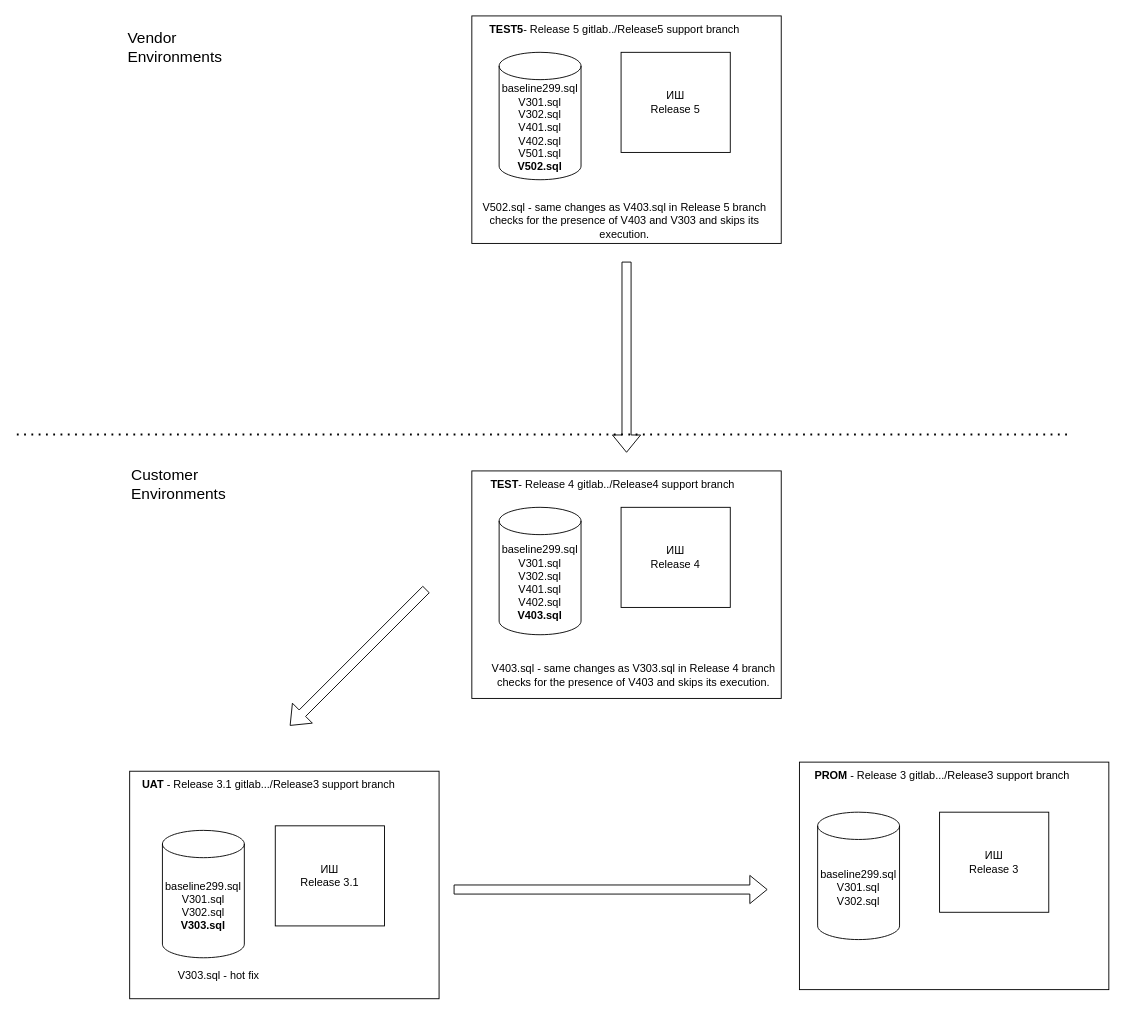
This is page "Page-1" (1 of 2) of doc/db_migrations_v3.2.drawio from andreylartsev/dbmigrations, a draw.io file, before an edit. Source tidied: cells renumbered, new cells numbered last; positions are measured from the earlier drawing's top-left corner, leaving out a move shared by most shapes. Both pictures are drawn from the tidied source at 91%, with x=0, y=0 at pixel (16, 15).
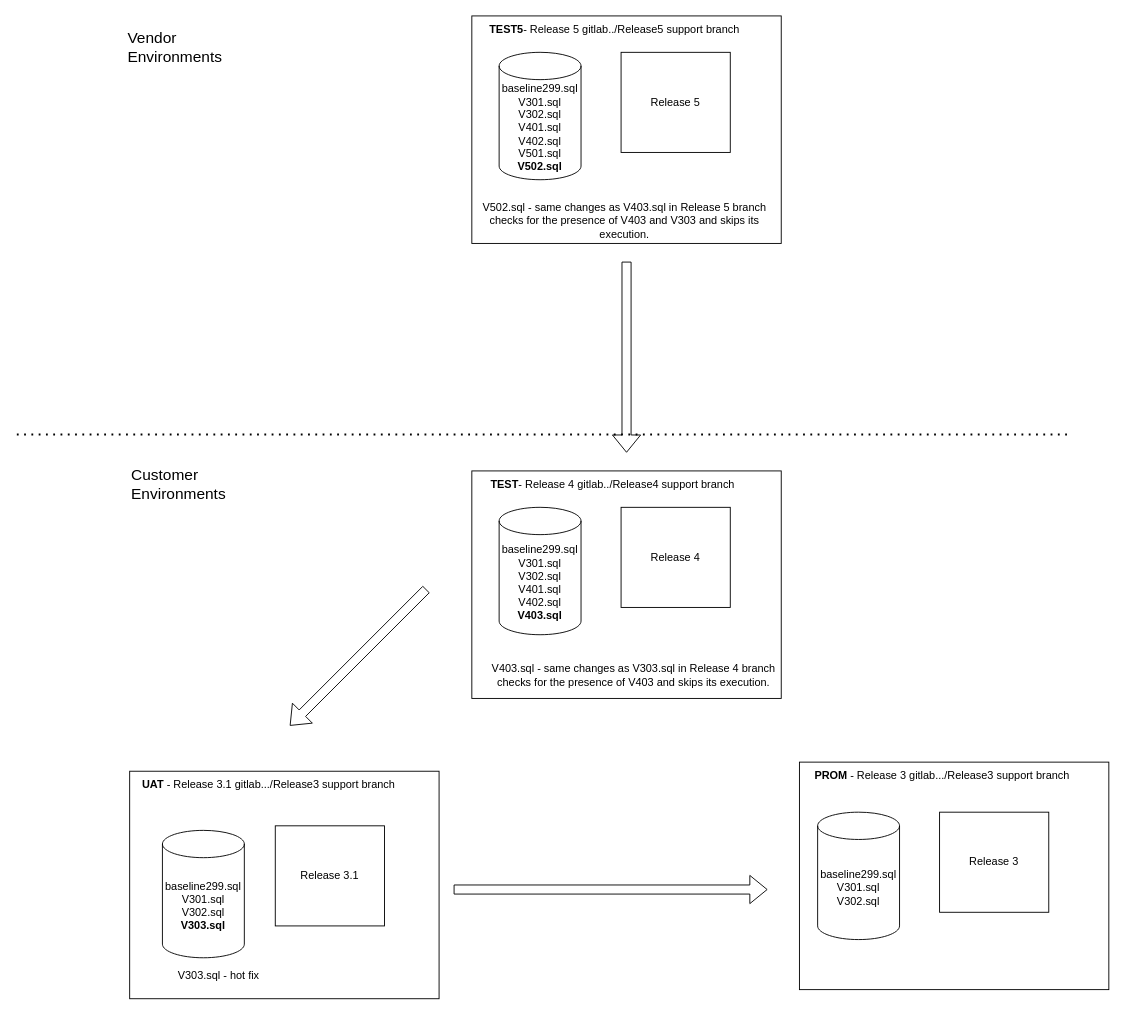
The same diagram, later.

The edit, as a diff of the source:
```diff
@@
-    <mxCell id="6" value="ИШ&lt;br&gt;Release 3" style="rounded=0;whiteSpace=wrap;html=1;" parent="1" vertex="1">
+    <mxCell id="6" value="Release 3" style="rounded=0;whiteSpace=wrap;html=1;" parent="1" vertex="1">
       <mxGeometry x="1014" y="875" width="120" height="110" as="geometry" />
     </mxCell>
@@
-    <mxCell id="9" value="ИШ &lt;br&gt;Release 4" style="rounded=0;whiteSpace=wrap;html=1;" parent="1" vertex="1">
+    <mxCell id="9" value="Release 4" style="rounded=0;whiteSpace=wrap;html=1;" parent="1" vertex="1">
       <mxGeometry x="664" y="540" width="120" height="110" as="geometry" />
     </mxCell>
@@
-    <mxCell id="12" value="ИШ &lt;br&gt;Release 5" style="rounded=0;whiteSpace=wrap;html=1;" parent="1" vertex="1">
+    <mxCell id="12" value="Release 5" style="rounded=0;whiteSpace=wrap;html=1;" parent="1" vertex="1">
       <mxGeometry x="664" y="40" width="120" height="110" as="geometry" />
     </mxCell>
@@
-    <mxCell id="17" value="ИШ &lt;br&gt;Release 3.1" style="rounded=0;whiteSpace=wrap;html=1;" parent="1" vertex="1">
+    <mxCell id="17" value="Release 3.1" style="rounded=0;whiteSpace=wrap;html=1;" parent="1" vertex="1">
       <mxGeometry x="284" y="890" width="120" height="110" as="geometry" />
     </mxCell>
```
